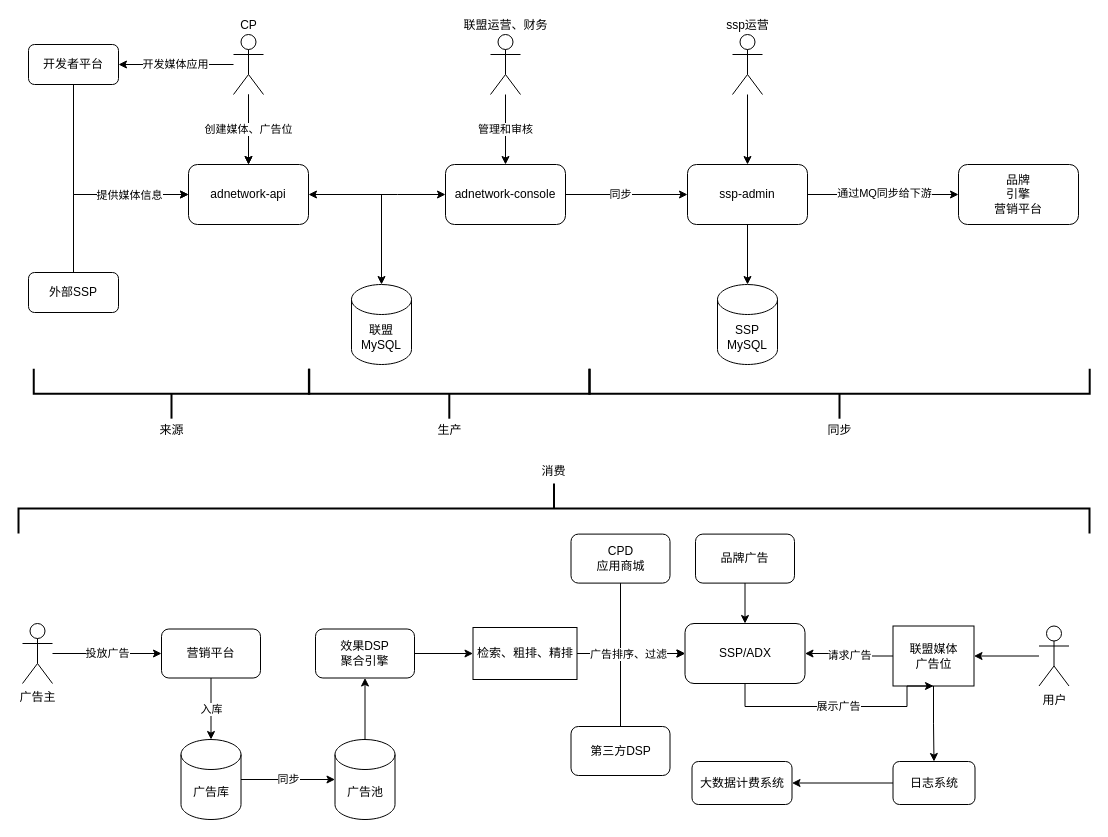
Earlier version of the draw.io diagram 资源位创建.drawio (hugobbtt/diagrams). Source tidied: cells renumbered, new cells numbered last; positions are measured from the earlier drawing's top-left corner, leaving out a move shared by most shapes. Both pictures are drawn from the tidied source at 100%, with x=0, y=0 at pixel (22, -28).
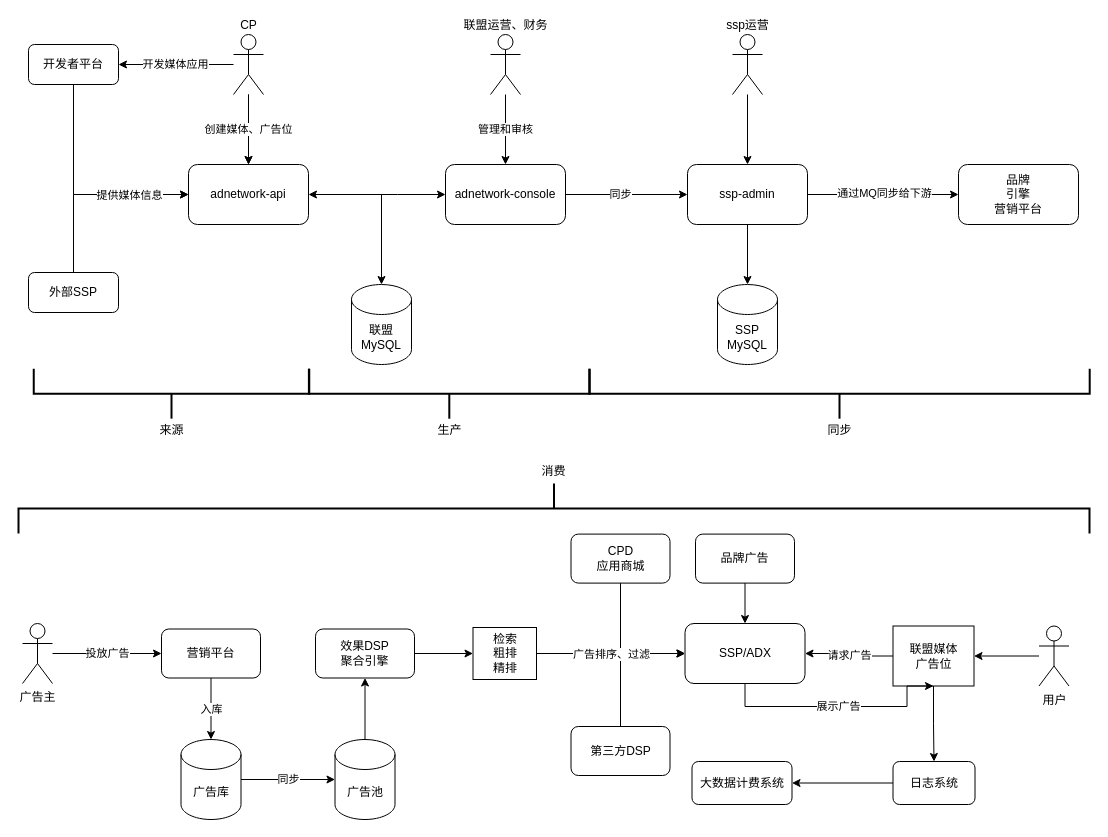
The same page after the edit.

Commit message:
更新资源位创建.drawio

What changed in the source:
```diff
@@
-    <mxCell id="57" value="检索、粗排、精排" style="rounded=0;whiteSpace=wrap;html=1;" parent="1" vertex="1">
-      <mxGeometry x="450.5" y="655" width="104" height="52" as="geometry" />
+    <mxCell id="57" value="检索&lt;br&gt;粗排&lt;br&gt;精排" style="rounded=0;whiteSpace=wrap;html=1;" parent="1" vertex="1">
+      <mxGeometry x="450.5" y="655" width="63.5" height="52" as="geometry" />
     </mxCell>
```
